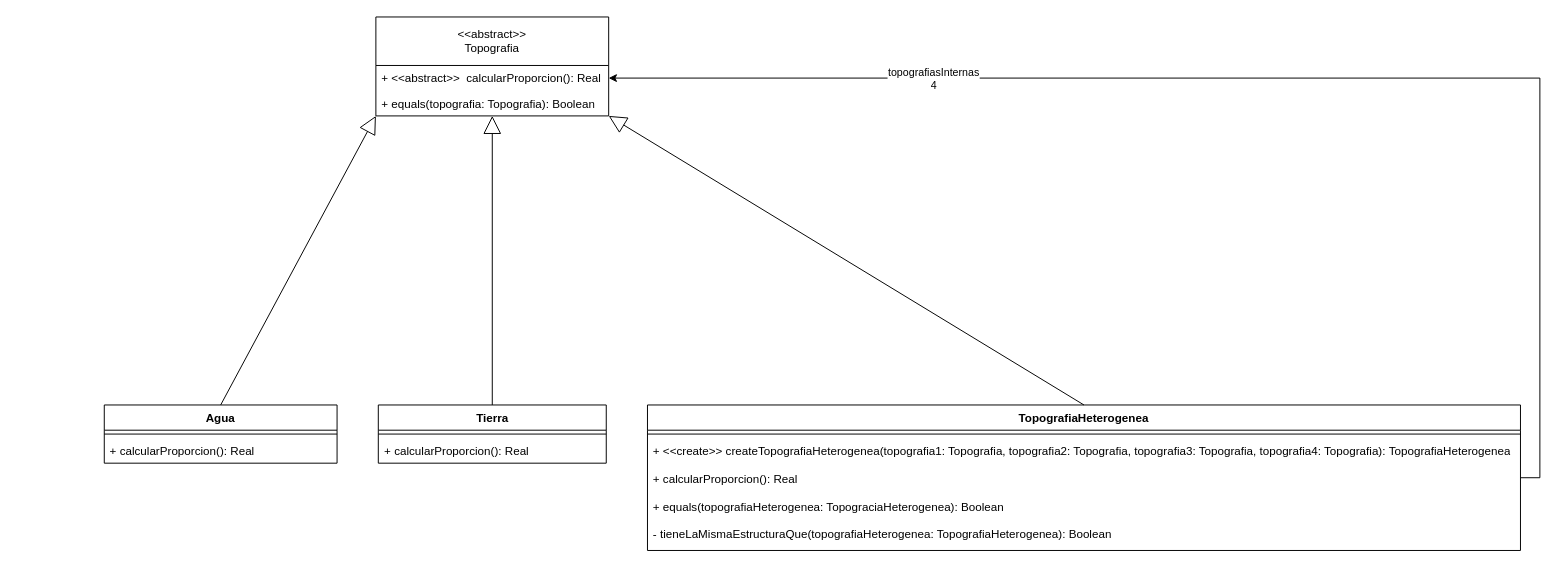
This is ejercicio6-topografia/diagrama.drawio from Jarvo98/OO2, a draw.io file, before an edit. Source tidied: cells renumbered, new cells numbered last; positions are measured from the earlier drawing's top-left corner, leaving out a move shared by most shapes. Both pictures are drawn from the tidied source at 97%, with x=0, y=0 at pixel (104, 16).
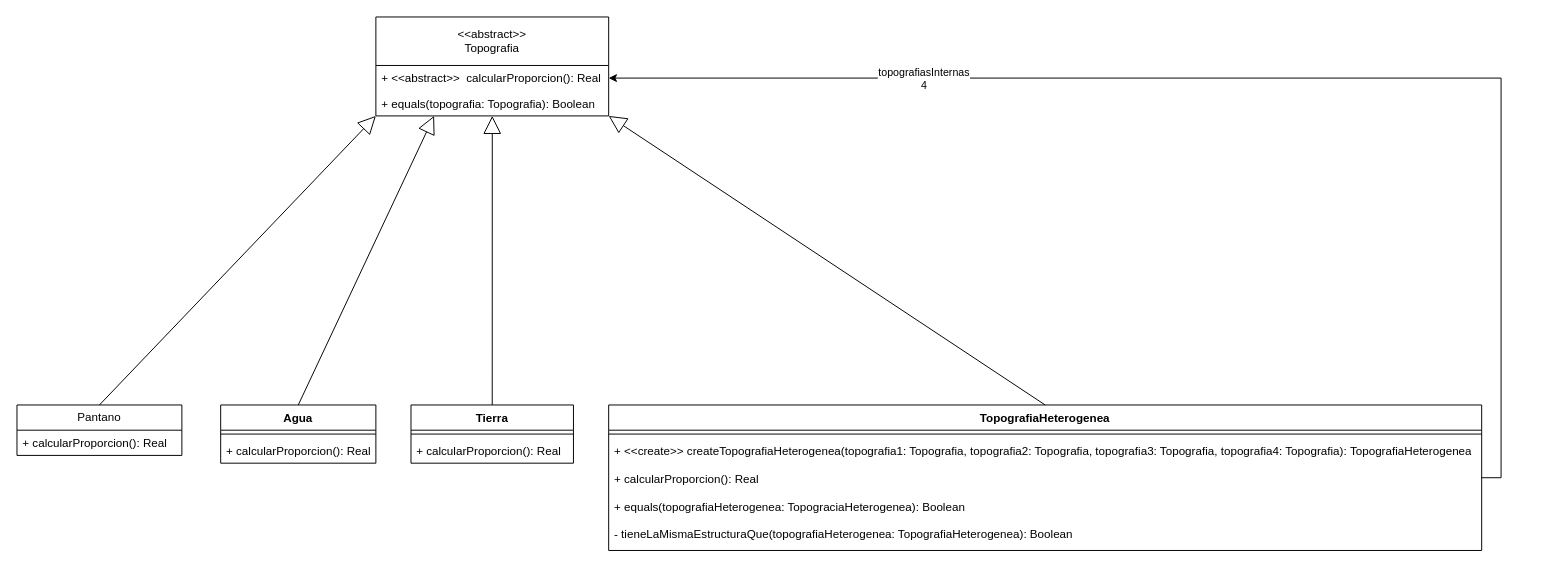
The same page after the edit.

Commit message (it also covers changes not shown here):
Ejercicio 6.b terminado

Unchanged cells that the change refers to:
```xml
<mxCell id="2" value="&lt;div&gt;&amp;lt;&amp;lt;abstract&amp;gt;&amp;gt;&lt;/div&gt;&lt;div&gt;Topografia&lt;br&gt;&lt;/div&gt;" style="swimlane;fontStyle=0;horizontal=1;startSize=50;fillColor=none;whiteSpace=wrap;html=1;" parent="1" vertex="1">
  <mxGeometry x="280" width="240" height="102" as="geometry" />
</mxCell>
```

What changed in the source:
```diff
@@
     <mxCell id="5" value="Agua" style="swimlane;fontStyle=1;align=center;verticalAlign=top;horizontal=1;startSize=26;whiteSpace=wrap;html=1;" parent="1" vertex="1">
-      <mxGeometry y="400" width="240" height="60" as="geometry" />
+      <mxGeometry x="120" y="400" width="160" height="60" as="geometry" />
     </mxCell>
     <mxCell id="6" style="line;strokeWidth=1;fillColor=none;align=left;verticalAlign=middle;spacingTop=-1;spacingLeft=3;spacingRight=3;labelPosition=right;strokeColor=inherit;" parent="5" vertex="1">
-      <mxGeometry y="26" width="240" height="8" as="geometry" />
+      <mxGeometry y="26" width="160" height="8" as="geometry" />
     </mxCell>
     <mxCell id="7" value="&lt;div&gt;+ calcularProporcion(): Real&lt;/div&gt;" style="text;strokeColor=none;fillColor=none;align=left;verticalAlign=top;spacingLeft=4;spacingRight=4;overflow=hidden;whiteSpace=wrap;html=1;" parent="5" vertex="1">
-      <mxGeometry y="34" width="240" height="26" as="geometry" />
+      <mxGeometry y="34" width="160" height="26" as="geometry" />
     </mxCell>
     <mxCell id="8" value="Tierra" style="swimlane;fontStyle=1;align=center;verticalAlign=top;horizontal=1;startSize=26;whiteSpace=wrap;html=1;" parent="1" vertex="1">
-      <mxGeometry x="282.5" y="400" width="235" height="60" as="geometry" />
+      <mxGeometry x="316.2" y="400" width="167.5" height="60" as="geometry" />
     </mxCell>
     <mxCell id="9" style="line;strokeWidth=1;fillColor=none;align=left;verticalAlign=middle;spacingTop=-1;spacingLeft=3;spacingRight=3;labelPosition=right;strokeColor=inherit;" parent="8" vertex="1">
-      <mxGeometry y="26" width="235" height="8" as="geometry" />
+      <mxGeometry y="26" width="167.5" height="8" as="geometry" />
     </mxCell>
     <mxCell id="10" value="&lt;div&gt;+ calcularProporcion(): Real&lt;/div&gt;" style="text;strokeColor=none;fillColor=none;align=left;verticalAlign=top;spacingLeft=4;spacingRight=4;overflow=hidden;whiteSpace=wrap;html=1;" parent="8" vertex="1">
-      <mxGeometry y="34" width="235" height="26" as="geometry" />
+      <mxGeometry y="34" width="167.5" height="26" as="geometry" />
     </mxCell>
@@
     <mxCell id="13" value="TopografiaHeterogenea" style="swimlane;fontStyle=1;align=center;verticalAlign=top;horizontal=1;startSize=26;whiteSpace=wrap;html=1;" parent="1" vertex="1">
-      <mxGeometry x="560" y="400" width="900" height="150" as="geometry" />
+      <mxGeometry x="520" y="400" width="900" height="150" as="geometry" />
     </mxCell>
@@
-    <mxCell id="16" style="endArrow=block;endSize=16;endFill=0;html=1;rounded=0;exitX=0.5;exitY=0;exitDx=0;exitDy=0;entryX=0;entryY=1;entryDx=0;entryDy=0;" parent="1" edge="1" source="5" target="2">
+    <mxCell id="16" style="endArrow=block;endSize=16;endFill=0;html=1;rounded=0;exitX=0.5;exitY=0;exitDx=0;exitDy=0;entryX=0.25;entryY=1;entryDx=0;entryDy=0;" parent="1" edge="1" source="5" target="2">
       <mxGeometry relative="1" as="geometry" />
     </mxCell>
@@
+    <mxCell id="19" value="Pantano" style="swimlane;fontStyle=0;horizontal=1;startSize=26;fillColor=none;whiteSpace=wrap;html=1;" parent="1" vertex="1">
+      <mxGeometry x="-90" y="400" width="170" height="52" as="geometry" />
+    </mxCell>
+    <mxCell id="20" value="&lt;div&gt;+ calcularProporcion(): Real&lt;/div&gt;" style="text;strokeColor=none;fillColor=none;align=left;verticalAlign=top;spacingLeft=4;spacingRight=4;overflow=hidden;whiteSpace=wrap;html=1;" parent="19" vertex="1">
+      <mxGeometry y="26" width="170" height="26" as="geometry" />
+    </mxCell>
+    <mxCell id="21" style="endArrow=block;endSize=16;endFill=0;html=1;rounded=0;exitX=0.5;exitY=0;exitDx=0;exitDy=0;entryX=0;entryY=1;entryDx=0;entryDy=0;" parent="1" edge="1" source="19" target="2">
+      <mxGeometry relative="1" as="geometry" />
+    </mxCell>
```
